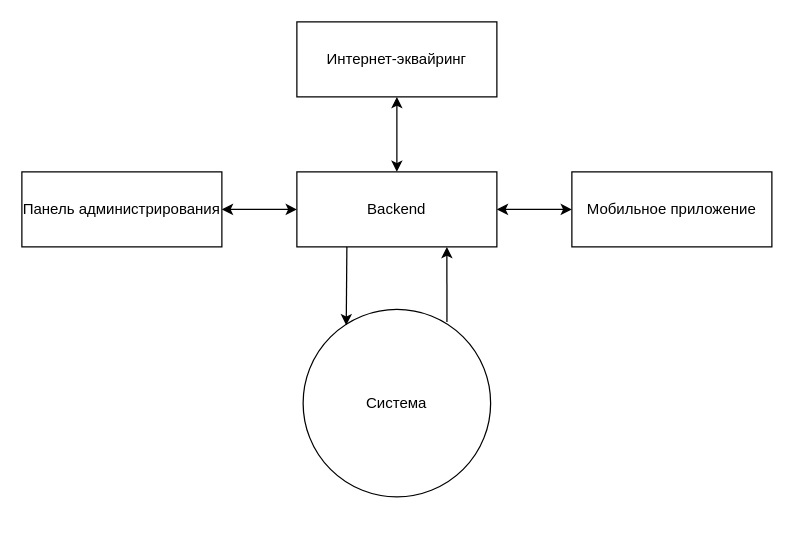
This is CE/StarBazaar_full.drawio from careock/diagrams, a draw.io file, before an edit. Source tidied: cells renumbered, new cells numbered last; positions are measured from the earlier drawing's top-left corner, leaving out a move shared by most shapes. Both pictures are drawn from the tidied source at 125%, with x=0, y=0 at pixel (21, 21).
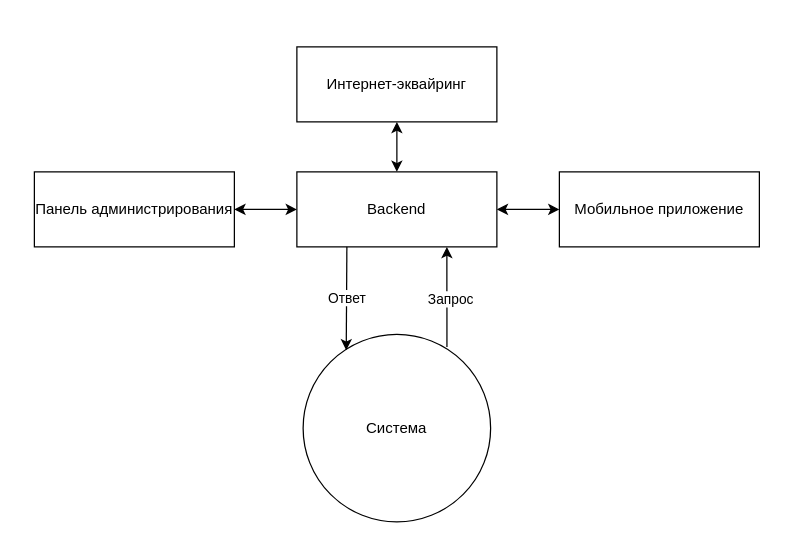
The same page after the edit.

Change to the diagram source:
```diff
@@
 <mxGraphModel>
   <root>
     <mxCell id="0" />
     <mxCell id="1" parent="0" />
     <mxCell id="2" value="Система" style="ellipse;whiteSpace=wrap;html=1;" parent="1" vertex="1">
-      <mxGeometry x="225" y="230" width="150" height="150" as="geometry" />
+      <mxGeometry x="225" y="250" width="150" height="150" as="geometry" />
     </mxCell>
     <mxCell id="3" value="Панель администрирования" style="rounded=0;whiteSpace=wrap;html=1;" parent="1" vertex="1">
-      <mxGeometry y="120" width="160" height="60" as="geometry" />
+      <mxGeometry x="10" y="120" width="160" height="60" as="geometry" />
     </mxCell>
     <mxCell id="4" value="Backend" style="rounded=0;whiteSpace=wrap;html=1;" parent="1" vertex="1">
       <mxGeometry x="220" y="120" width="160" height="60" as="geometry" />
     </mxCell>
     <mxCell id="5" value="Мобильное приложение" style="rounded=0;whiteSpace=wrap;html=1;" parent="1" vertex="1">
-      <mxGeometry x="440" y="120" width="160" height="60" as="geometry" />
+      <mxGeometry x="430" y="120" width="160" height="60" as="geometry" />
     </mxCell>
-    <mxCell id="6" style="endArrow=classic;html=1;rounded=0;entryX=0.23;entryY=0.085;entryDx=0;entryDy=0;entryPerimeter=0;exitX=0.25;exitY=1;exitDx=0;exitDy=0;" parent="1" edge="1" source="4" target="2">
+    <mxCell id="6" value="Ответ" style="endArrow=classic;html=1;rounded=0;entryX=0.23;entryY=0.085;entryDx=0;entryDy=0;entryPerimeter=0;exitX=0.25;exitY=1;exitDx=0;exitDy=0;" parent="1" edge="1" source="4" target="2">
       <mxGeometry relative="1" as="geometry" />
     </mxCell>
     <mxCell id="7" style="endArrow=classic;html=1;rounded=0;entryX=0.75;entryY=1;entryDx=0;entryDy=0;exitX=0.767;exitY=0.067;exitDx=0;exitDy=0;exitPerimeter=0;" parent="1" edge="1" source="2" target="4">
       <mxGeometry relative="1" as="geometry" />
     </mxCell>
+    <mxCell id="12" value="Запрос" style="edgeLabel;html=1;align=center;verticalAlign=middle;" parent="7" vertex="1">
+      <mxGeometry x="-0.03" y="-2" relative="1" as="geometry" />
+    </mxCell>
     <mxCell id="8" style="endArrow=classic;html=1;rounded=0;startArrow=classic;startFill=1;" parent="1" edge="1" source="3" target="4">
       <mxGeometry relative="1" as="geometry" />
     </mxCell>
     <mxCell id="9" style="endArrow=classic;html=1;rounded=0;startArrow=classic;startFill=1;" parent="1" edge="1" source="4" target="5">
       <mxGeometry relative="1" as="geometry" />
     </mxCell>
     <mxCell id="10" value="Интернет-эквайринг" style="rounded=0;whiteSpace=wrap;html=1;" parent="1" vertex="1">
-      <mxGeometry x="220" width="160" height="60" as="geometry" />
+      <mxGeometry x="220" y="20" width="160" height="60" as="geometry" />
     </mxCell>
     <mxCell id="11" style="endArrow=classic;html=1;rounded=0;startArrow=classic;startFill=1;" parent="1" edge="1" source="4" target="10">
       <mxGeometry relative="1" as="geometry" />
     </mxCell>
   </root>
 </mxGraphModel>
```
